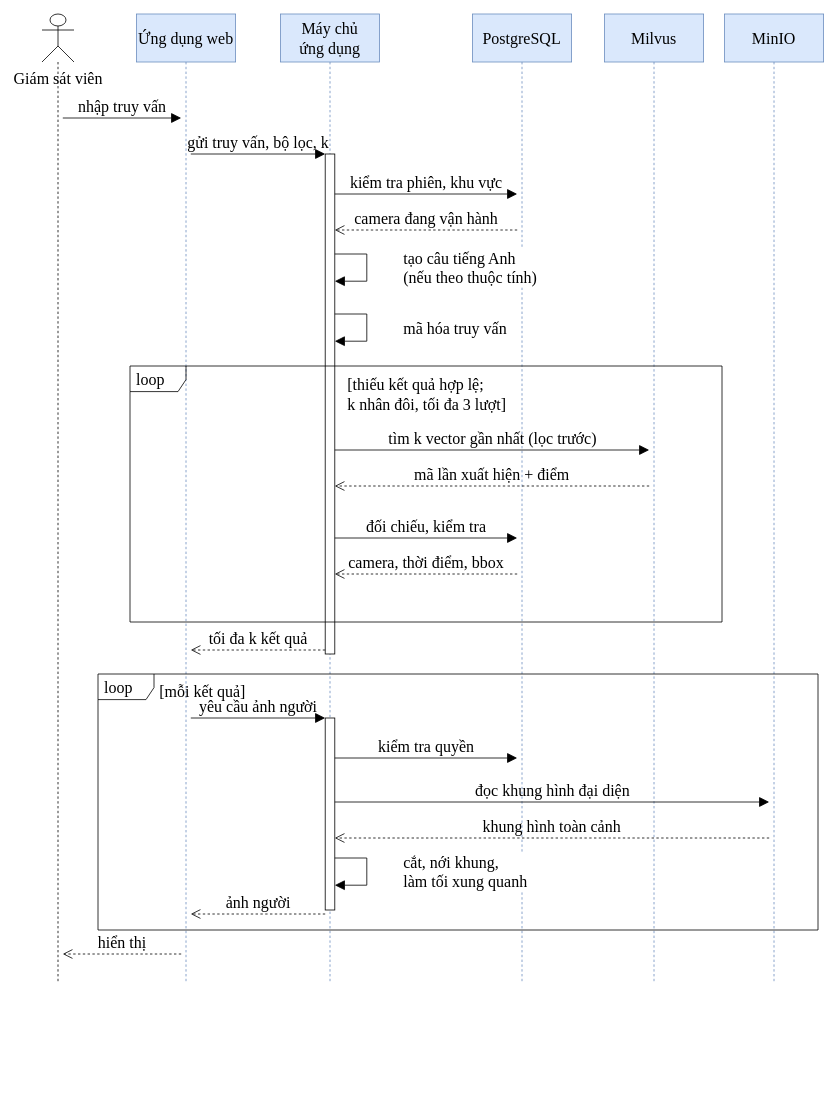
This is report/thesis/figures/H4-tuan-tu-tim-kiem.drawio from huy-nguyencong/capstone_project_new, a draw.io file, before an edit. Source tidied: cells renumbered, new cells numbered last; positions are measured from the earlier drawing's top-left corner, leaving out a move shared by most shapes. Both pictures are drawn from the tidied source at 80%, with x=0, y=0 at pixel (42, 14).
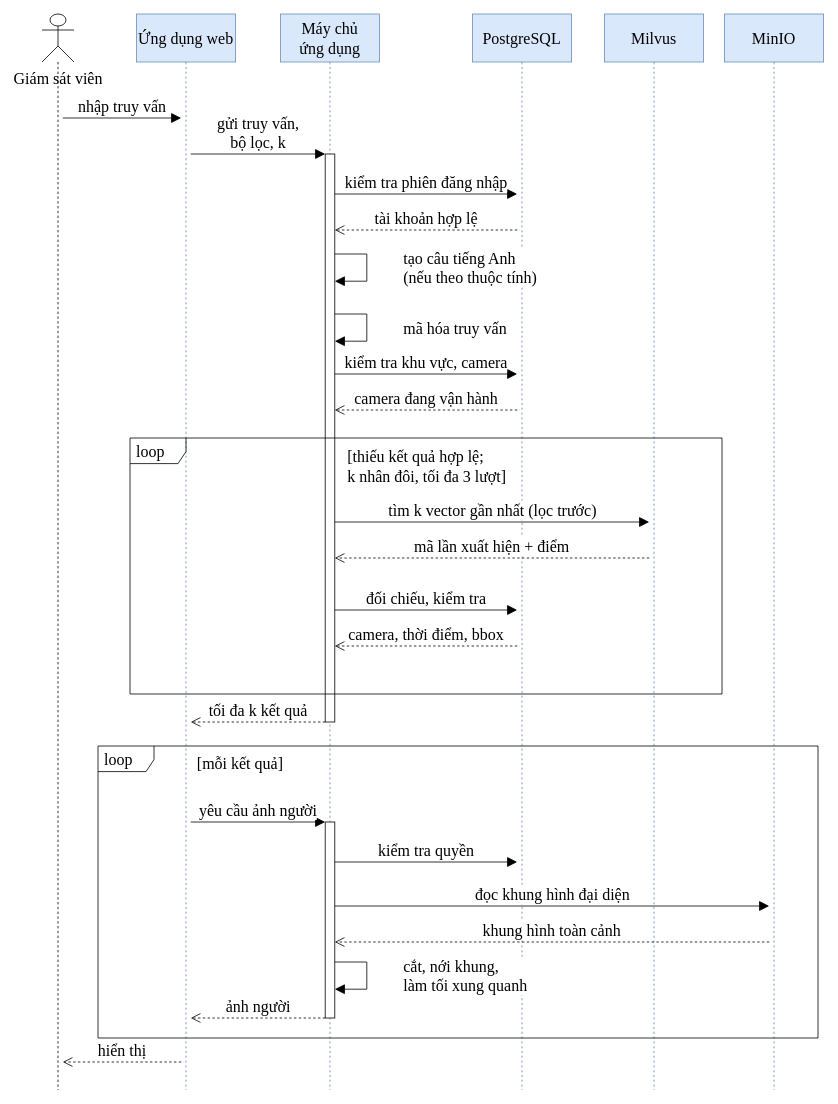
Above is the later version.

What changed in the source:
```diff
@@
     <mxCell id="2" value="Giám sát viên" style="shape=umlLifeline;participant=umlActor;perimeter=lifelinePerimeter;whiteSpace=wrap;html=1;verticalAlign=top;spacingTop=62;size=60;whiteSpace=nowrap;fontFamily=Times New Roman;fontSize=20;" parent="1" vertex="1">
-      <mxGeometry width="40" height="1210" as="geometry" />
+      <mxGeometry width="40" height="1345" as="geometry" />
     </mxCell>
     <mxCell id="3" value="Ứng dụng web" style="shape=umlLifeline;perimeter=lifelinePerimeter;whiteSpace=wrap;html=1;fillColor=#DAE8FC;strokeColor=#6C8EBF;size=60;fontFamily=Times New Roman;fontSize=20;" parent="1" vertex="1">
-      <mxGeometry x="118" width="124" height="1210" as="geometry" />
+      <mxGeometry x="118" width="124" height="1345" as="geometry" />
     </mxCell>
     <mxCell id="4" value="Máy chủ&lt;br&gt;ứng dụng" style="shape=umlLifeline;perimeter=lifelinePerimeter;whiteSpace=wrap;html=1;fillColor=#DAE8FC;strokeColor=#6C8EBF;size=60;fontFamily=Times New Roman;fontSize=20;" parent="1" vertex="1">
-      <mxGeometry x="298" width="124" height="1210" as="geometry" />
+      <mxGeometry x="298" width="124" height="1345" as="geometry" />
     </mxCell>
     <mxCell id="5" value="PostgreSQL" style="shape=umlLifeline;perimeter=lifelinePerimeter;whiteSpace=wrap;html=1;fillColor=#DAE8FC;strokeColor=#6C8EBF;size=60;fontFamily=Times New Roman;fontSize=20;" parent="1" vertex="1">
-      <mxGeometry x="538" width="124" height="1210" as="geometry" />
+      <mxGeometry x="538" width="124" height="1345" as="geometry" />
     </mxCell>
     <mxCell id="6" value="Milvus" style="shape=umlLifeline;perimeter=lifelinePerimeter;whiteSpace=wrap;html=1;fillColor=#DAE8FC;strokeColor=#6C8EBF;size=60;fontFamily=Times New Roman;fontSize=20;" parent="1" vertex="1">
-      <mxGeometry x="703" width="124" height="1210" as="geometry" />
+      <mxGeometry x="703" width="124" height="1345" as="geometry" />
     </mxCell>
     <mxCell id="7" value="MinIO" style="shape=umlLifeline;perimeter=lifelinePerimeter;whiteSpace=wrap;html=1;fillColor=#DAE8FC;strokeColor=#6C8EBF;size=60;fontFamily=Times New Roman;fontSize=20;" parent="1" vertex="1">
-      <mxGeometry x="853" width="124" height="1210" as="geometry" />
+      <mxGeometry x="853" width="124" height="1345" as="geometry" />
     </mxCell>
     <mxCell id="8" style="html=1;perimeter=orthogonalPerimeter;fillColor=#ffffff;fontFamily=Times New Roman;fontSize=20;" parent="1" vertex="1">
-      <mxGeometry x="354" y="175" width="12" height="625" as="geometry" />
+      <mxGeometry x="354" y="175" width="12" height="710" as="geometry" />
     </mxCell>
     <mxCell id="9" style="html=1;perimeter=orthogonalPerimeter;fillColor=#ffffff;fontFamily=Times New Roman;fontSize=20;" parent="1" vertex="1">
-      <mxGeometry x="354" y="880" width="12" height="240" as="geometry" />
+      <mxGeometry x="354" y="1010" width="12" height="245" as="geometry" />
     </mxCell>
-    <mxCell id="10" value="nhập truy vấn" style="html=1;verticalAlign=bottom;labelBackgroundColor=none;rounded=0;endArrow=block;endFill=1;endSize=10;fontFamily=Times New Roman;fontSize=20;" parent="1" edge="1">
+    <mxCell id="10" value="nhập truy vấn" style="html=1;verticalAlign=bottom;labelBackgroundColor=#ffffff;rounded=0;endArrow=block;endFill=1;endSize=10;fontFamily=Times New Roman;fontSize=20;" parent="1" edge="1">
       <mxGeometry relative="1" as="geometry">
         <mxPoint x="26" y="130" as="sourcePoint" />
         <mxPoint x="174" y="130" as="targetPoint" />
       </mxGeometry>
     </mxCell>
-    <mxCell id="11" value="gửi truy vấn, bộ lọc, k" style="html=1;verticalAlign=bottom;labelBackgroundColor=none;rounded=0;endArrow=block;endFill=1;endSize=10;fontFamily=Times New Roman;fontSize=20;" parent="1" edge="1">
+    <mxCell id="11" value="gửi truy vấn,&lt;br&gt;bộ lọc, k" style="html=1;verticalAlign=bottom;labelBackgroundColor=#ffffff;rounded=0;endArrow=block;endFill=1;endSize=10;fontFamily=Times New Roman;fontSize=20;" parent="1" edge="1">
       <mxGeometry relative="1" as="geometry">
         <mxPoint x="186" y="175" as="sourcePoint" />
         <mxPoint x="354" y="175" as="targetPoint" />
       </mxGeometry>
     </mxCell>
-    <mxCell id="12" value="kiểm tra phiên, khu vực" style="html=1;verticalAlign=bottom;labelBackgroundColor=none;rounded=0;endArrow=block;endFill=1;endSize=10;fontFamily=Times New Roman;fontSize=20;" parent="1" edge="1">
+    <mxCell id="12" value="kiểm tra phiên đăng nhập" style="html=1;verticalAlign=bottom;labelBackgroundColor=#ffffff;rounded=0;endArrow=block;endFill=1;endSize=10;fontFamily=Times New Roman;fontSize=20;" parent="1" edge="1">
       <mxGeometry relative="1" as="geometry">
         <mxPoint x="366" y="225" as="sourcePoint" />
         <mxPoint x="594" y="225" as="targetPoint" />
       </mxGeometry>
     </mxCell>
-    <mxCell id="13" value="camera đang vận hành" style="html=1;verticalAlign=bottom;labelBackgroundColor=none;rounded=0;dashed=1;endArrow=open;endSize=10;fontFamily=Times New Roman;fontSize=20;" parent="1" edge="1">
+    <mxCell id="13" value="tài khoản hợp lệ" style="html=1;verticalAlign=bottom;labelBackgroundColor=#ffffff;rounded=0;dashed=1;endArrow=open;endSize=10;fontFamily=Times New Roman;fontSize=20;" parent="1" edge="1">
       <mxGeometry relative="1" as="geometry">
         <mxPoint x="594" y="270" as="sourcePoint" />
         <mxPoint x="366" y="270" as="targetPoint" />
       </mxGeometry>
     </mxCell>
@@
+    <mxCell id="18" value="kiểm tra khu vực, camera" style="html=1;verticalAlign=bottom;labelBackgroundColor=#ffffff;rounded=0;endArrow=block;endFill=1;endSize=10;fontFamily=Times New Roman;fontSize=20;" parent="1" edge="1">
+      <mxGeometry relative="1" as="geometry">
+        <mxPoint x="366" y="450" as="sourcePoint" />
+        <mxPoint x="594" y="450" as="targetPoint" />
+      </mxGeometry>
+    </mxCell>
+    <mxCell id="19" value="camera đang vận hành" style="html=1;verticalAlign=bottom;labelBackgroundColor=#ffffff;rounded=0;dashed=1;endArrow=open;endSize=10;fontFamily=Times New Roman;fontSize=20;" parent="1" edge="1">
+      <mxGeometry relative="1" as="geometry">
+        <mxPoint x="594" y="495" as="sourcePoint" />
+        <mxPoint x="366" y="495" as="targetPoint" />
+      </mxGeometry>
+    </mxCell>
     <mxCell id="16" value="loop" style="shape=umlFrame;whiteSpace=wrap;html=1;width=70;height=32;boundedLbl=1;verticalAlign=middle;align=left;spacingLeft=6;fillColor=none;fontFamily=Times New Roman;fontSize=20;" parent="1" vertex="1">
-      <mxGeometry x="110" y="440" width="740" height="320" as="geometry" />
+      <mxGeometry x="110" y="530" width="740" height="320" as="geometry" />
     </mxCell>
     <mxCell id="17" value="[thiếu kết quả hợp lệ;&lt;br&gt;k nhân đôi, tối đa 3 lượt]" style="text;html=1;align=left;verticalAlign=top;fontFamily=Times New Roman;fontSize=20;" parent="1" vertex="1">
-      <mxGeometry x="380" y="445" width="250" height="60" as="geometry" />
+      <mxGeometry x="380" y="535" width="250" height="60" as="geometry" />
     </mxCell>
-    <mxCell id="18" value="tìm k vector gần nhất (lọc trước)" style="html=1;verticalAlign=bottom;labelBackgroundColor=none;rounded=0;endArrow=block;endFill=1;endSize=10;fontFamily=Times New Roman;fontSize=20;" parent="1" edge="1">
-      <mxGeometry relative="1" as="geometry">
-        <mxPoint x="366" y="545" as="sourcePoint" />
-        <mxPoint x="759" y="545" as="targetPoint" />
-      </mxGeometry>
-    </mxCell>
-    <mxCell id="19" value="mã lần xuất hiện + điểm" style="html=1;verticalAlign=bottom;labelBackgroundColor=none;rounded=0;dashed=1;endArrow=open;endSize=10;fontFamily=Times New Roman;fontSize=20;" parent="1" edge="1">
-      <mxGeometry relative="1" as="geometry">
-        <mxPoint x="759" y="590" as="sourcePoint" />
-        <mxPoint x="366" y="590" as="targetPoint" />
-      </mxGeometry>
-    </mxCell>
-    <mxCell id="20" value="đối chiếu, kiểm tra" style="html=1;verticalAlign=bottom;labelBackgroundColor=none;rounded=0;endArrow=block;endFill=1;endSize=10;fontFamily=Times New Roman;fontSize=20;" parent="1" edge="1">
+    <mxCell id="20" value="tìm k vector gần nhất (lọc trước)" style="html=1;verticalAlign=bottom;labelBackgroundColor=#ffffff;rounded=0;endArrow=block;endFill=1;endSize=10;fontFamily=Times New Roman;fontSize=20;" parent="1" edge="1">
       <mxGeometry relative="1" as="geometry">
-        <mxPoint x="366" y="655" as="sourcePoint" />
-        <mxPoint x="594" y="655" as="targetPoint" />
+        <mxPoint x="366" y="635" as="sourcePoint" />
+        <mxPoint x="759" y="635" as="targetPoint" />
       </mxGeometry>
     </mxCell>
-    <mxCell id="21" value="camera, thời điểm, bbox" style="html=1;verticalAlign=bottom;labelBackgroundColor=none;rounded=0;dashed=1;endArrow=open;endSize=10;fontFamily=Times New Roman;fontSize=20;" parent="1" edge="1">
+    <mxCell id="21" value="mã lần xuất hiện + điểm" style="html=1;verticalAlign=bottom;labelBackgroundColor=#ffffff;rounded=0;dashed=1;endArrow=open;endSize=10;fontFamily=Times New Roman;fontSize=20;" parent="1" edge="1">
       <mxGeometry relative="1" as="geometry">
-        <mxPoint x="594" y="700" as="sourcePoint" />
-        <mxPoint x="366" y="700" as="targetPoint" />
+        <mxPoint x="759" y="680" as="sourcePoint" />
+        <mxPoint x="366" y="680" as="targetPoint" />
       </mxGeometry>
     </mxCell>
-    <mxCell id="22" value="tối đa k kết quả" style="html=1;verticalAlign=bottom;labelBackgroundColor=none;rounded=0;dashed=1;endArrow=open;endSize=10;fontFamily=Times New Roman;fontSize=20;" parent="1" edge="1">
+    <mxCell id="22" value="đối chiếu, kiểm tra" style="html=1;verticalAlign=bottom;labelBackgroundColor=#ffffff;rounded=0;endArrow=block;endFill=1;endSize=10;fontFamily=Times New Roman;fontSize=20;" parent="1" edge="1">
       <mxGeometry relative="1" as="geometry">
-        <mxPoint x="354" y="795" as="sourcePoint" />
-        <mxPoint x="186" y="795" as="targetPoint" />
+        <mxPoint x="366" y="745" as="sourcePoint" />
+        <mxPoint x="594" y="745" as="targetPoint" />
       </mxGeometry>
     </mxCell>
+    <mxCell id="25" value="camera, thời điểm, bbox" style="html=1;verticalAlign=bottom;labelBackgroundColor=#ffffff;rounded=0;dashed=1;endArrow=open;endSize=10;fontFamily=Times New Roman;fontSize=20;" parent="1" edge="1">
+      <mxGeometry relative="1" as="geometry">
+        <mxPoint x="594" y="790" as="sourcePoint" />
+        <mxPoint x="366" y="790" as="targetPoint" />
+      </mxGeometry>
+    </mxCell>
+    <mxCell id="26" value="tối đa k kết quả" style="html=1;verticalAlign=bottom;labelBackgroundColor=#ffffff;rounded=0;dashed=1;endArrow=open;endSize=10;fontFamily=Times New Roman;fontSize=20;" parent="1" edge="1">
+      <mxGeometry relative="1" as="geometry">
+        <mxPoint x="354" y="885" as="sourcePoint" />
+        <mxPoint x="186" y="885" as="targetPoint" />
+      </mxGeometry>
+    </mxCell>
     <mxCell id="23" value="loop" style="shape=umlFrame;whiteSpace=wrap;html=1;width=70;height=32;boundedLbl=1;verticalAlign=middle;align=left;spacingLeft=6;fillColor=none;fontFamily=Times New Roman;fontSize=20;" parent="1" vertex="1">
-      <mxGeometry x="70" y="825" width="900" height="320" as="geometry" />
+      <mxGeometry x="70" y="915" width="900" height="365" as="geometry" />
     </mxCell>
     <mxCell id="24" value="[mỗi kết quả]" style="text;html=1;align=left;verticalAlign=top;fontFamily=Times New Roman;fontSize=20;" parent="1" vertex="1">
-      <mxGeometry x="145" y="828" width="160" height="30" as="geometry" />
+      <mxGeometry x="192" y="918" width="160" height="30" as="geometry" />
     </mxCell>
-    <mxCell id="25" value="yêu cầu ảnh người" style="html=1;verticalAlign=bottom;labelBackgroundColor=none;rounded=0;endArrow=block;endFill=1;endSize=10;fontFamily=Times New Roman;fontSize=20;" parent="1" edge="1">
-      <mxGeometry relative="1" as="geometry">
-        <mxPoint x="186" y="880" as="sourcePoint" />
-        <mxPoint x="354" y="880" as="targetPoint" />
-      </mxGeometry>
-    </mxCell>
-    <mxCell id="26" value="kiểm tra quyền" style="html=1;verticalAlign=bottom;labelBackgroundColor=none;rounded=0;endArrow=block;endFill=1;endSize=10;fontFamily=Times New Roman;fontSize=20;" parent="1" edge="1">
-      <mxGeometry relative="1" as="geometry">
-        <mxPoint x="366" y="930" as="sourcePoint" />
-        <mxPoint x="594" y="930" as="targetPoint" />
-      </mxGeometry>
-    </mxCell>
-    <mxCell id="27" value="đọc khung hình đại diện" style="html=1;verticalAlign=bottom;labelBackgroundColor=none;rounded=0;endArrow=block;endFill=1;endSize=10;fontFamily=Times New Roman;fontSize=20;" parent="1" edge="1">
+    <mxCell id="27" value="yêu cầu ảnh người" style="html=1;verticalAlign=bottom;labelBackgroundColor=#ffffff;rounded=0;endArrow=block;endFill=1;endSize=10;fontFamily=Times New Roman;fontSize=20;" parent="1" edge="1">
       <mxGeometry relative="1" as="geometry">
-        <mxPoint x="366" y="985" as="sourcePoint" />
-        <mxPoint x="909" y="985" as="targetPoint" />
+        <mxPoint x="186" y="1010" as="sourcePoint" />
+        <mxPoint x="354" y="1010" as="targetPoint" />
       </mxGeometry>
     </mxCell>
-    <mxCell id="28" value="khung hình toàn cảnh" style="html=1;verticalAlign=bottom;labelBackgroundColor=none;rounded=0;dashed=1;endArrow=open;endSize=10;fontFamily=Times New Roman;fontSize=20;" parent="1" edge="1">
+    <mxCell id="28" value="kiểm tra quyền" style="html=1;verticalAlign=bottom;labelBackgroundColor=#ffffff;rounded=0;endArrow=block;endFill=1;endSize=10;fontFamily=Times New Roman;fontSize=20;" parent="1" edge="1">
       <mxGeometry relative="1" as="geometry">
-        <mxPoint x="909" y="1030" as="sourcePoint" />
-        <mxPoint x="366" y="1030" as="targetPoint" />
+        <mxPoint x="366" y="1060" as="sourcePoint" />
+        <mxPoint x="594" y="1060" as="targetPoint" />
       </mxGeometry>
     </mxCell>
-    <mxCell id="29" value="cắt, nới khung,&lt;br&gt;làm tối xung quanh" style="html=1;align=left;spacingLeft=8;verticalAlign=middle;labelBackgroundColor=#ffffff;rounded=0;endArrow=block;endFill=1;endSize=10;fontFamily=Times New Roman;fontSize=20;" parent="1" edge="1">
+    <mxCell id="29" value="đọc khung hình đại diện" style="html=1;verticalAlign=bottom;labelBackgroundColor=#ffffff;rounded=0;endArrow=block;endFill=1;endSize=10;fontFamily=Times New Roman;fontSize=20;" parent="1" edge="1">
       <mxGeometry relative="1" as="geometry">
-        <mxPoint x="366" y="1055" as="sourcePoint" />
-        <mxPoint x="366" y="1089" as="targetPoint" />
-        <Array as="points">
-          <mxPoint x="406" y="1055" />
-          <mxPoint x="406" y="1089" />
-        </Array>
-        <mxPoint x="36" as="offset" />
+        <mxPoint x="366" y="1115" as="sourcePoint" />
+        <mxPoint x="909" y="1115" as="targetPoint" />
       </mxGeometry>
     </mxCell>
-    <mxCell id="30" value="ảnh người" style="html=1;verticalAlign=bottom;labelBackgroundColor=none;rounded=0;dashed=1;endArrow=open;endSize=10;fontFamily=Times New Roman;fontSize=20;" parent="1" edge="1">
+    <mxCell id="30" value="khung hình toàn cảnh" style="html=1;verticalAlign=bottom;labelBackgroundColor=#ffffff;rounded=0;dashed=1;endArrow=open;endSize=10;fontFamily=Times New Roman;fontSize=20;" parent="1" edge="1">
       <mxGeometry relative="1" as="geometry">
-        <mxPoint x="354" y="1125" as="sourcePoint" />
-        <mxPoint x="186" y="1125" as="targetPoint" />
+        <mxPoint x="909" y="1160" as="sourcePoint" />
+        <mxPoint x="366" y="1160" as="targetPoint" />
       </mxGeometry>
     </mxCell>
-    <mxCell id="31" value="hiển thị" style="html=1;verticalAlign=bottom;labelBackgroundColor=none;rounded=0;dashed=1;endArrow=open;endSize=10;fontFamily=Times New Roman;fontSize=20;" parent="1" edge="1">
+    <mxCell id="31" value="cắt, nới khung,&lt;br&gt;làm tối xung quanh" style="html=1;align=left;spacingLeft=8;verticalAlign=middle;labelBackgroundColor=#ffffff;rounded=0;endArrow=block;endFill=1;endSize=10;fontFamily=Times New Roman;fontSize=20;" parent="1" edge="1">
       <mxGeometry relative="1" as="geometry">
-        <mxPoint x="174" y="1175" as="sourcePoint" />
-        <mxPoint x="26" y="1175" as="targetPoint" />
+        <mxPoint x="366" y="1185" as="sourcePoint" />
+        <mxPoint x="366" y="1219" as="targetPoint" />
+        <Array as="points">
+          <mxPoint x="406" y="1185" />
+          <mxPoint x="406" y="1219" />
+        </Array>
+        <mxPoint x="36" as="offset" />
       </mxGeometry>
     </mxCell>
+    <mxCell id="32" value="ảnh người" style="html=1;verticalAlign=bottom;labelBackgroundColor=#ffffff;rounded=0;dashed=1;endArrow=open;endSize=10;fontFamily=Times New Roman;fontSize=20;" parent="1" edge="1">
+      <mxGeometry relative="1" as="geometry">
+        <mxPoint x="354" y="1255" as="sourcePoint" />
+        <mxPoint x="186" y="1255" as="targetPoint" />
+      </mxGeometry>
+    </mxCell>
+    <mxCell id="33" value="hiển thị" style="html=1;verticalAlign=bottom;labelBackgroundColor=#ffffff;rounded=0;dashed=1;endArrow=open;endSize=10;fontFamily=Times New Roman;fontSize=20;" parent="1" edge="1">
+      <mxGeometry relative="1" as="geometry">
+        <mxPoint x="174" y="1310" as="sourcePoint" />
+        <mxPoint x="26" y="1310" as="targetPoint" />
+      </mxGeometry>
+    </mxCell>
```
